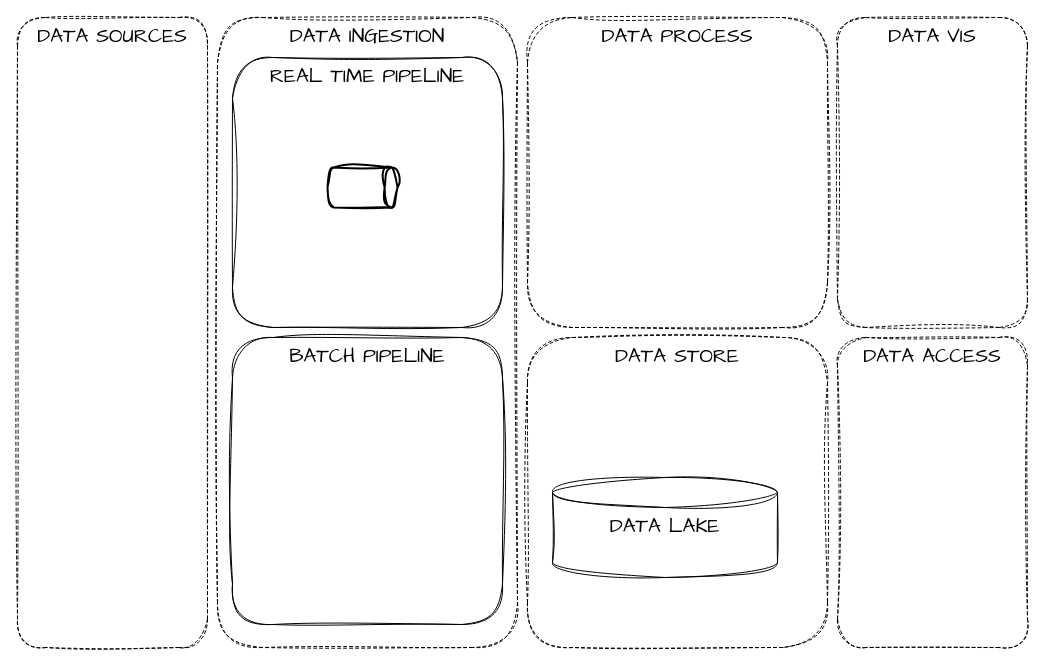
Above: image/diagrama.drawio in fabiogjardim/mds (draw.io), before the change. Source tidied: cells renumbered, new cells numbered last; positions are measured from the earlier drawing's top-left corner, leaving out a move shared by most shapes. Both pictures are drawn from the tidied source at 100%, with x=0, y=0 at pixel (17, 17).
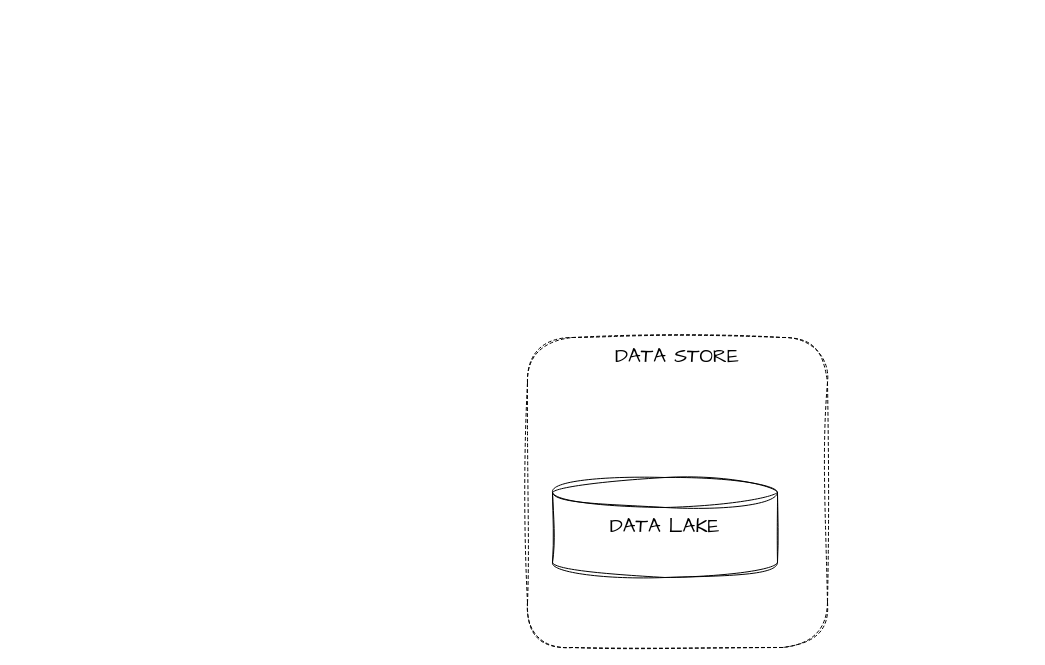
The same diagram, later.

The edit, as a diff of the source:
```diff
@@
 <mxGraphModel>
   <root>
     <mxCell id="0" />
     <mxCell id="1" parent="0" />
-    <mxCell id="2" style="strokeWidth=2;html=1;shape=mxgraph.flowchart.direct_data;whiteSpace=wrap;sketch=1;hachureGap=4;jiggle=2;curveFitting=1;fontFamily=Architects Daughter;fontSize=20;" parent="1" vertex="1">
-      <mxGeometry x="310" y="150" width="70" height="40" as="geometry" />
-    </mxCell>
-    <mxCell id="3" value="&lt;div style=&quot;text-align: justify;&quot;&gt;&lt;span style=&quot;background-color: initial;&quot;&gt;DATA INGESTION&lt;/span&gt;&lt;/div&gt;" style="rounded=1;whiteSpace=wrap;html=1;sketch=1;hachureGap=4;jiggle=2;curveFitting=1;fontFamily=Architects Daughter;fontSize=20;dashed=1;imageVerticalAlign=middle;fillColor=none;horizontal=1;verticalAlign=top;" parent="1" vertex="1">
-      <mxGeometry x="200" width="300" height="630" as="geometry" />
-    </mxCell>
     <mxCell id="4" value="DATA LAKE" style="shape=cylinder3;whiteSpace=wrap;html=1;boundedLbl=1;backgroundOutline=1;size=15;sketch=1;hachureGap=4;jiggle=2;curveFitting=1;fontFamily=Architects Daughter;fontSize=20;verticalAlign=top;" parent="1" vertex="1">
       <mxGeometry x="535" y="460" width="225" height="100" as="geometry" />
     </mxCell>
-    <mxCell id="5" value="&lt;div style=&quot;text-align: justify;&quot;&gt;&lt;span style=&quot;background-color: initial;&quot;&gt;DATA SOURCES&lt;/span&gt;&lt;/div&gt;" style="rounded=1;whiteSpace=wrap;html=1;sketch=1;hachureGap=4;jiggle=2;curveFitting=1;fontFamily=Architects Daughter;fontSize=20;dashed=1;imageVerticalAlign=middle;fillColor=none;horizontal=1;verticalAlign=top;" parent="1" vertex="1">
-      <mxGeometry width="190" height="630" as="geometry" />
-    </mxCell>
-    <mxCell id="6" value="&lt;div style=&quot;text-align: justify;&quot;&gt;&lt;span style=&quot;background-color: initial;&quot;&gt;DATA PROCESS&lt;/span&gt;&lt;/div&gt;" style="rounded=1;whiteSpace=wrap;html=1;sketch=1;hachureGap=4;jiggle=2;curveFitting=1;fontFamily=Architects Daughter;fontSize=20;dashed=1;imageVerticalAlign=middle;fillColor=none;horizontal=1;verticalAlign=top;" parent="1" vertex="1">
-      <mxGeometry x="510" width="300" height="310" as="geometry" />
-    </mxCell>
     <mxCell id="7" value="&lt;div style=&quot;text-align: justify;&quot;&gt;&lt;span style=&quot;background-color: initial;&quot;&gt;DATA STORE&lt;/span&gt;&lt;/div&gt;" style="rounded=1;whiteSpace=wrap;html=1;sketch=1;hachureGap=4;jiggle=2;curveFitting=1;fontFamily=Architects Daughter;fontSize=20;dashed=1;imageVerticalAlign=middle;fillColor=none;horizontal=1;verticalAlign=top;" parent="1" vertex="1">
       <mxGeometry x="510" y="320" width="300" height="310" as="geometry" />
     </mxCell>
-    <mxCell id="8" value="&lt;div style=&quot;text-align: justify;&quot;&gt;REAL TIME PIPELINE&lt;/div&gt;" style="rounded=1;whiteSpace=wrap;html=1;sketch=1;hachureGap=4;jiggle=2;curveFitting=1;fontFamily=Architects Daughter;fontSize=20;imageVerticalAlign=middle;fillColor=none;horizontal=1;verticalAlign=top;" parent="1" vertex="1">
-      <mxGeometry x="215" y="40" width="270" height="270" as="geometry" />
-    </mxCell>
-    <mxCell id="9" value="&lt;div style=&quot;text-align: justify;&quot;&gt;BATCH PIPELINE&lt;/div&gt;" style="rounded=1;whiteSpace=wrap;html=1;sketch=1;hachureGap=4;jiggle=2;curveFitting=1;fontFamily=Architects Daughter;fontSize=20;imageVerticalAlign=middle;fillColor=none;horizontal=1;verticalAlign=top;" parent="1" vertex="1">
-      <mxGeometry x="215" y="320" width="270" height="287" as="geometry" />
-    </mxCell>
-    <mxCell id="10" value="&lt;div style=&quot;text-align: justify;&quot;&gt;&lt;span style=&quot;background-color: initial;&quot;&gt;DATA VIS&lt;/span&gt;&lt;/div&gt;" style="rounded=1;whiteSpace=wrap;html=1;sketch=1;hachureGap=4;jiggle=2;curveFitting=1;fontFamily=Architects Daughter;fontSize=20;dashed=1;imageVerticalAlign=middle;fillColor=none;horizontal=1;verticalAlign=top;" parent="1" vertex="1">
-      <mxGeometry x="820" width="190" height="310" as="geometry" />
-    </mxCell>
-    <mxCell id="11" value="&lt;div style=&quot;text-align: justify;&quot;&gt;&lt;span style=&quot;background-color: initial;&quot;&gt;DATA ACCESS&lt;/span&gt;&lt;/div&gt;" style="rounded=1;whiteSpace=wrap;html=1;sketch=1;hachureGap=4;jiggle=2;curveFitting=1;fontFamily=Architects Daughter;fontSize=20;dashed=1;imageVerticalAlign=middle;fillColor=none;horizontal=1;verticalAlign=top;" parent="1" vertex="1">
-      <mxGeometry x="820" y="320" width="190" height="310" as="geometry" />
-    </mxCell>
   </root>
 </mxGraphModel>
```
